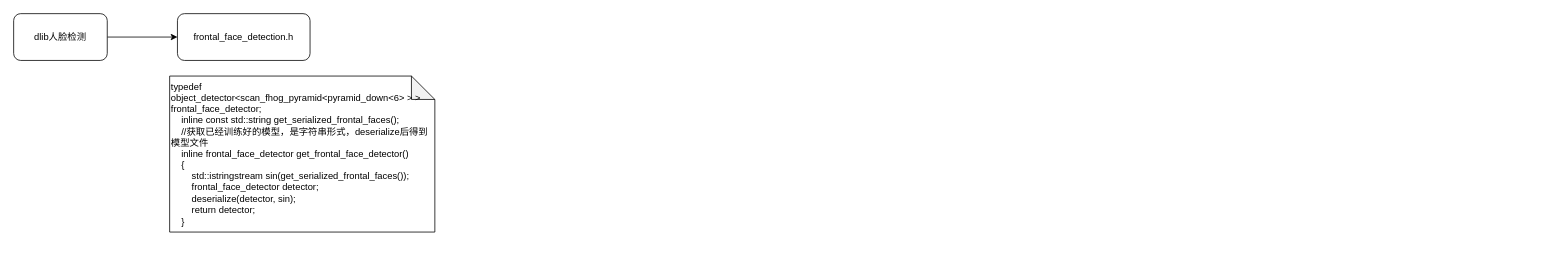
Above: Untitled Diagram.drawio in gujunoffice/dlib_for_face (draw.io), before the change. Source tidied: cells renumbered, new cells numbered last; positions are measured from the earlier drawing's top-left corner, leaving out a move shared by most shapes. Both pictures are drawn from the tidied source at 78%, with x=0, y=0 at pixel (13, 13).
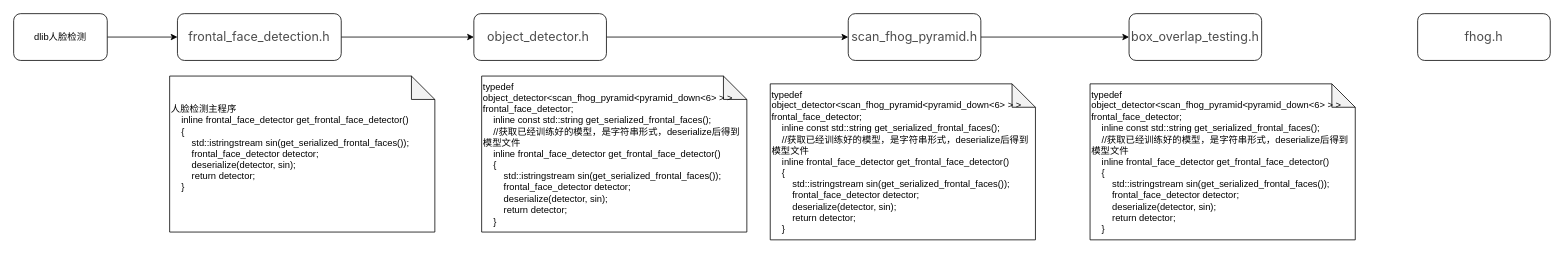
The same diagram, later.

Change to the diagram source:
```diff
@@
 <mxGraphModel>
   <root>
     <mxCell id="0" />
     <mxCell id="1" parent="0" />
-    <mxCell id="2" style="edgeStyle=orthogonalEdgeStyle;rounded=0;jettySize=auto;html=1;exitX=1;exitY=0.5;exitDx=0;exitDy=0;entryX=0;entryY=0.5;entryDx=0;entryDy=0;" parent="1" edge="1" source="3" target="4">
+    <mxCell id="2" style="edgeStyle=orthogonalEdgeStyle;rounded=0;jettySize=auto;html=1;exitX=1;exitY=0.5;exitDx=0;exitDy=0;entryX=0;entryY=0.5;entryDx=0;entryDy=0;strokeWidth=1;" parent="1" edge="1" source="3" target="4">
       <mxGeometry relative="1" as="geometry" />
     </mxCell>
-    <mxCell id="3" value="dlib人脸检测" style="rounded=1;whiteSpace=wrap;html=1;" parent="1" vertex="1">
+    <mxCell id="3" value="dlib人脸检测" style="rounded=1;whiteSpace=wrap;html=1;strokeWidth=1;" parent="1" vertex="1">
       <mxGeometry width="120" height="60" as="geometry" />
     </mxCell>
+    <mxCell id="6" style="edgeStyle=orthogonalEdgeStyle;rounded=0;jettySize=auto;html=1;strokeWidth=1;" parent="1" edge="1" source="4" target="8">
+      <mxGeometry relative="1" as="geometry" />
+    </mxCell>
-    <mxCell id="4" value="&lt;span style=&quot;text-align: left ; white-space: nowrap&quot;&gt;frontal_face_detection.h&lt;/span&gt;" style="rounded=1;whiteSpace=wrap;html=1;" parent="1" vertex="1">
-      <mxGeometry x="210" width="170" height="60" as="geometry" />
+    <mxCell id="4" value="&lt;span style=&quot;color: rgb(77 , 77 , 77) ; font-family: &amp;#34;microsoft yahei&amp;#34; , &amp;#34;sf pro display&amp;#34; , &amp;#34;roboto&amp;#34; , &amp;#34;noto&amp;#34; , &amp;#34;arial&amp;#34; , &amp;#34;pingfang sc&amp;#34; , sans-serif ; font-size: 16px ; background-color: rgb(255 , 255 , 255)&quot;&gt;frontal_face_detection.h&lt;/span&gt;" style="rounded=1;whiteSpace=wrap;html=1;strokeWidth=1;" parent="1" vertex="1">
+      <mxGeometry x="210" width="210" height="60" as="geometry" />
     </mxCell>
-    <mxCell id="5" value="&lt;div&gt;&lt;br&gt;&lt;/div&gt;&lt;div&gt;typedef object_detector&amp;lt;scan_fhog_pyramid&amp;lt;pyramid_down&amp;lt;6&amp;gt; &amp;gt; &amp;gt; frontal_face_detector;&lt;/div&gt;&lt;div&gt;&amp;nbsp; &amp;nbsp; inline const std::string get_serialized_frontal_faces();&lt;/div&gt;&lt;div&gt;&amp;nbsp; &amp;nbsp; //获取已经训练好的模型，是字符串形式，deserialize后得到模型文件&lt;/div&gt;&lt;div&gt;&amp;nbsp; &amp;nbsp; inline frontal_face_detector get_frontal_face_detector()&lt;/div&gt;&lt;div&gt;&amp;nbsp; &amp;nbsp; {&lt;/div&gt;&lt;div&gt;&amp;nbsp; &amp;nbsp; &amp;nbsp; &amp;nbsp; std::istringstream sin(get_serialized_frontal_faces());&lt;/div&gt;&lt;div&gt;&amp;nbsp; &amp;nbsp; &amp;nbsp; &amp;nbsp; frontal_face_detector detector;&lt;/div&gt;&lt;div&gt;&amp;nbsp; &amp;nbsp; &amp;nbsp; &amp;nbsp; deserialize(detector, sin);&amp;nbsp;&lt;/div&gt;&lt;div&gt;&amp;nbsp; &amp;nbsp; &amp;nbsp; &amp;nbsp; return detector;&lt;/div&gt;&lt;div&gt;&amp;nbsp; &amp;nbsp; }&lt;/div&gt;&lt;div&gt;&lt;br&gt;&lt;/div&gt;" style="shape=note;whiteSpace=wrap;html=1;backgroundOutline=1;darkOpacity=0.05;align=left;" parent="1" vertex="1">
+    <mxCell id="5" value="&lt;div&gt;&lt;span&gt;人脸检测主程序&lt;/span&gt;&lt;/div&gt;&lt;div&gt;&lt;span&gt;&amp;nbsp; &amp;nbsp; inline frontal_face_detector get_frontal_face_detector()&lt;/span&gt;&lt;br&gt;&lt;/div&gt;&lt;div&gt;&amp;nbsp; &amp;nbsp; {&lt;/div&gt;&lt;div&gt;&amp;nbsp; &amp;nbsp; &amp;nbsp; &amp;nbsp; std::istringstream sin(get_serialized_frontal_faces());&lt;/div&gt;&lt;div&gt;&amp;nbsp; &amp;nbsp; &amp;nbsp; &amp;nbsp; frontal_face_detector detector;&lt;/div&gt;&lt;div&gt;&amp;nbsp; &amp;nbsp; &amp;nbsp; &amp;nbsp; deserialize(detector, sin);&amp;nbsp;&lt;/div&gt;&lt;div&gt;&amp;nbsp; &amp;nbsp; &amp;nbsp; &amp;nbsp; return detector;&lt;/div&gt;&lt;div&gt;&amp;nbsp; &amp;nbsp; }&lt;/div&gt;&lt;div&gt;&lt;br&gt;&lt;/div&gt;" style="shape=note;whiteSpace=wrap;html=1;backgroundOutline=1;darkOpacity=0.05;align=left;strokeWidth=1;" parent="1" vertex="1">
       <mxGeometry x="200" y="80" width="340" height="200" as="geometry" />
     </mxCell>
+    <mxCell id="7" style="edgeStyle=orthogonalEdgeStyle;rounded=0;jettySize=auto;html=1;exitX=1;exitY=0.5;exitDx=0;exitDy=0;strokeWidth=1;" parent="1" edge="1" source="8" target="11">
+      <mxGeometry relative="1" as="geometry" />
+    </mxCell>
+    <mxCell id="8" value="&lt;pre&gt;&lt;span style=&quot;color: rgb(77 , 77 , 77) ; font-family: &amp;#34;microsoft yahei&amp;#34; , &amp;#34;sf pro display&amp;#34; , &amp;#34;roboto&amp;#34; , &amp;#34;noto&amp;#34; , &amp;#34;arial&amp;#34; , &amp;#34;pingfang sc&amp;#34; , sans-serif ; font-size: 16px ; background-color: rgb(255 , 255 , 255)&quot;&gt;object_detector.h&amp;nbsp;&lt;/span&gt;&lt;/pre&gt;" style="rounded=1;whiteSpace=wrap;html=1;strokeWidth=1;" parent="1" vertex="1">
+      <mxGeometry x="590" width="170" height="60" as="geometry" />
+    </mxCell>
+    <mxCell id="9" value="&lt;div&gt;&lt;br&gt;&lt;/div&gt;&lt;div&gt;typedef object_detector&amp;lt;scan_fhog_pyramid&amp;lt;pyramid_down&amp;lt;6&amp;gt; &amp;gt; &amp;gt; frontal_face_detector;&lt;/div&gt;&lt;div&gt;&amp;nbsp; &amp;nbsp; inline const std::string get_serialized_frontal_faces();&lt;/div&gt;&lt;div&gt;&amp;nbsp; &amp;nbsp; //获取已经训练好的模型，是字符串形式，deserialize后得到模型文件&lt;/div&gt;&lt;div&gt;&amp;nbsp; &amp;nbsp; inline frontal_face_detector get_frontal_face_detector()&lt;/div&gt;&lt;div&gt;&amp;nbsp; &amp;nbsp; {&lt;/div&gt;&lt;div&gt;&amp;nbsp; &amp;nbsp; &amp;nbsp; &amp;nbsp; std::istringstream sin(get_serialized_frontal_faces());&lt;/div&gt;&lt;div&gt;&amp;nbsp; &amp;nbsp; &amp;nbsp; &amp;nbsp; frontal_face_detector detector;&lt;/div&gt;&lt;div&gt;&amp;nbsp; &amp;nbsp; &amp;nbsp; &amp;nbsp; deserialize(detector, sin);&amp;nbsp;&lt;/div&gt;&lt;div&gt;&amp;nbsp; &amp;nbsp; &amp;nbsp; &amp;nbsp; return detector;&lt;/div&gt;&lt;div&gt;&amp;nbsp; &amp;nbsp; }&lt;/div&gt;&lt;div&gt;&lt;br&gt;&lt;/div&gt;" style="shape=note;whiteSpace=wrap;html=1;backgroundOutline=1;darkOpacity=0.05;align=left;strokeWidth=1;" parent="1" vertex="1">
+      <mxGeometry x="600" y="80" width="340" height="200" as="geometry" />
+    </mxCell>
+    <mxCell id="10" style="edgeStyle=orthogonalEdgeStyle;rounded=0;jettySize=auto;html=1;exitX=1;exitY=0.5;exitDx=0;exitDy=0;entryX=0;entryY=0.5;entryDx=0;entryDy=0;strokeWidth=1;" parent="1" edge="1" source="11" target="13">
+      <mxGeometry relative="1" as="geometry" />
+    </mxCell>
+    <mxCell id="11" value="&lt;pre&gt;&lt;span style=&quot;color: rgb(77 , 77 , 77) ; font-family: &amp;#34;microsoft yahei&amp;#34; , &amp;#34;sf pro display&amp;#34; , &amp;#34;roboto&amp;#34; , &amp;#34;noto&amp;#34; , &amp;#34;arial&amp;#34; , &amp;#34;pingfang sc&amp;#34; , sans-serif ; font-size: 16px ; white-space: normal ; background-color: rgb(255 , 255 , 255)&quot;&gt;scan_fhog_pyramid.h&lt;/span&gt;&lt;br&gt;&lt;/pre&gt;" style="rounded=1;whiteSpace=wrap;html=1;strokeWidth=1;" parent="1" vertex="1">
+      <mxGeometry x="1070" width="170" height="60" as="geometry" />
+    </mxCell>
+    <mxCell id="12" value="&lt;div&gt;&lt;br&gt;&lt;/div&gt;&lt;div&gt;typedef object_detector&amp;lt;scan_fhog_pyramid&amp;lt;pyramid_down&amp;lt;6&amp;gt; &amp;gt; &amp;gt; frontal_face_detector;&lt;/div&gt;&lt;div&gt;&amp;nbsp; &amp;nbsp; inline const std::string get_serialized_frontal_faces();&lt;/div&gt;&lt;div&gt;&amp;nbsp; &amp;nbsp; //获取已经训练好的模型，是字符串形式，deserialize后得到模型文件&lt;/div&gt;&lt;div&gt;&amp;nbsp; &amp;nbsp; inline frontal_face_detector get_frontal_face_detector()&lt;/div&gt;&lt;div&gt;&amp;nbsp; &amp;nbsp; {&lt;/div&gt;&lt;div&gt;&amp;nbsp; &amp;nbsp; &amp;nbsp; &amp;nbsp; std::istringstream sin(get_serialized_frontal_faces());&lt;/div&gt;&lt;div&gt;&amp;nbsp; &amp;nbsp; &amp;nbsp; &amp;nbsp; frontal_face_detector detector;&lt;/div&gt;&lt;div&gt;&amp;nbsp; &amp;nbsp; &amp;nbsp; &amp;nbsp; deserialize(detector, sin);&amp;nbsp;&lt;/div&gt;&lt;div&gt;&amp;nbsp; &amp;nbsp; &amp;nbsp; &amp;nbsp; return detector;&lt;/div&gt;&lt;div&gt;&amp;nbsp; &amp;nbsp; }&lt;/div&gt;&lt;div&gt;&lt;br&gt;&lt;/div&gt;" style="shape=note;whiteSpace=wrap;html=1;backgroundOutline=1;darkOpacity=0.05;align=left;strokeWidth=1;" parent="1" vertex="1">
+      <mxGeometry x="970" y="90" width="340" height="200" as="geometry" />
+    </mxCell>
+    <mxCell id="13" value="&lt;pre&gt;&lt;span style=&quot;color: rgb(77 , 77 , 77) ; font-family: &amp;#34;microsoft yahei&amp;#34; , &amp;#34;sf pro display&amp;#34; , &amp;#34;roboto&amp;#34; , &amp;#34;noto&amp;#34; , &amp;#34;arial&amp;#34; , &amp;#34;pingfang sc&amp;#34; , sans-serif ; font-size: 16px ; white-space: normal ; background-color: rgb(255 , 255 , 255)&quot;&gt;box_overlap_testing.h&lt;/span&gt;&lt;br&gt;&lt;/pre&gt;" style="rounded=1;whiteSpace=wrap;html=1;strokeWidth=1;" parent="1" vertex="1">
+      <mxGeometry x="1430" width="170" height="60" as="geometry" />
+    </mxCell>
+    <mxCell id="14" value="&lt;div&gt;&lt;br&gt;&lt;/div&gt;&lt;div&gt;typedef object_detector&amp;lt;scan_fhog_pyramid&amp;lt;pyramid_down&amp;lt;6&amp;gt; &amp;gt; &amp;gt; frontal_face_detector;&lt;/div&gt;&lt;div&gt;&amp;nbsp; &amp;nbsp; inline const std::string get_serialized_frontal_faces();&lt;/div&gt;&lt;div&gt;&amp;nbsp; &amp;nbsp; //获取已经训练好的模型，是字符串形式，deserialize后得到模型文件&lt;/div&gt;&lt;div&gt;&amp;nbsp; &amp;nbsp; inline frontal_face_detector get_frontal_face_detector()&lt;/div&gt;&lt;div&gt;&amp;nbsp; &amp;nbsp; {&lt;/div&gt;&lt;div&gt;&amp;nbsp; &amp;nbsp; &amp;nbsp; &amp;nbsp; std::istringstream sin(get_serialized_frontal_faces());&lt;/div&gt;&lt;div&gt;&amp;nbsp; &amp;nbsp; &amp;nbsp; &amp;nbsp; frontal_face_detector detector;&lt;/div&gt;&lt;div&gt;&amp;nbsp; &amp;nbsp; &amp;nbsp; &amp;nbsp; deserialize(detector, sin);&amp;nbsp;&lt;/div&gt;&lt;div&gt;&amp;nbsp; &amp;nbsp; &amp;nbsp; &amp;nbsp; return detector;&lt;/div&gt;&lt;div&gt;&amp;nbsp; &amp;nbsp; }&lt;/div&gt;&lt;div&gt;&lt;br&gt;&lt;/div&gt;" style="shape=note;whiteSpace=wrap;html=1;backgroundOutline=1;darkOpacity=0.05;align=left;strokeWidth=1;" parent="1" vertex="1">
+      <mxGeometry x="1380" y="90" width="340" height="200" as="geometry" />
+    </mxCell>
+    <mxCell id="15" value="&lt;pre&gt;&lt;font color=&quot;#4d4d4d&quot; face=&quot;microsoft yahei, sf pro display, roboto, noto, arial, pingfang sc, sans-serif&quot;&gt;&lt;span style=&quot;font-size: 16px ; white-space: normal&quot;&gt;fhog.h&lt;/span&gt;&lt;/font&gt;&lt;br&gt;&lt;/pre&gt;" style="rounded=1;whiteSpace=wrap;html=1;strokeWidth=1;" parent="1" vertex="1">
+      <mxGeometry x="1800" width="170" height="60" as="geometry" />
+    </mxCell>
   </root>
 </mxGraphModel>
```
